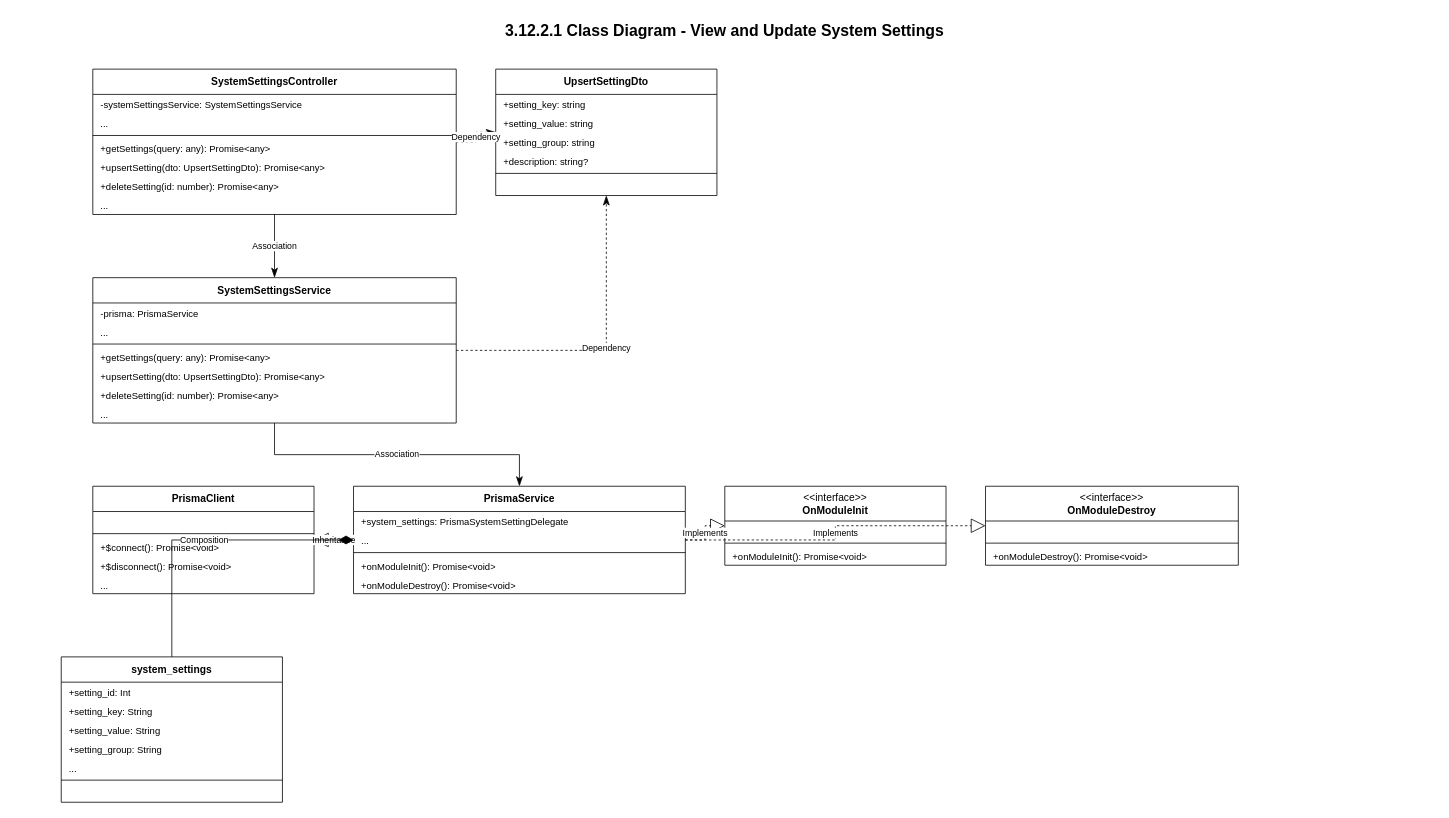
Before: page "View & Update System Settings" (2 of 2) of system_settings_all_class_diagrams.drawio in CuongBC195/class-diagram-donation-blood, a draw.io diagram. Source tidied: cells renumbered, new cells numbered last; positions are measured from the earlier drawing's top-left corner, leaving out a move shared by most shapes. Both pictures are drawn from the tidied source at 79%, with x=0, y=0 at pixel (13, 13).
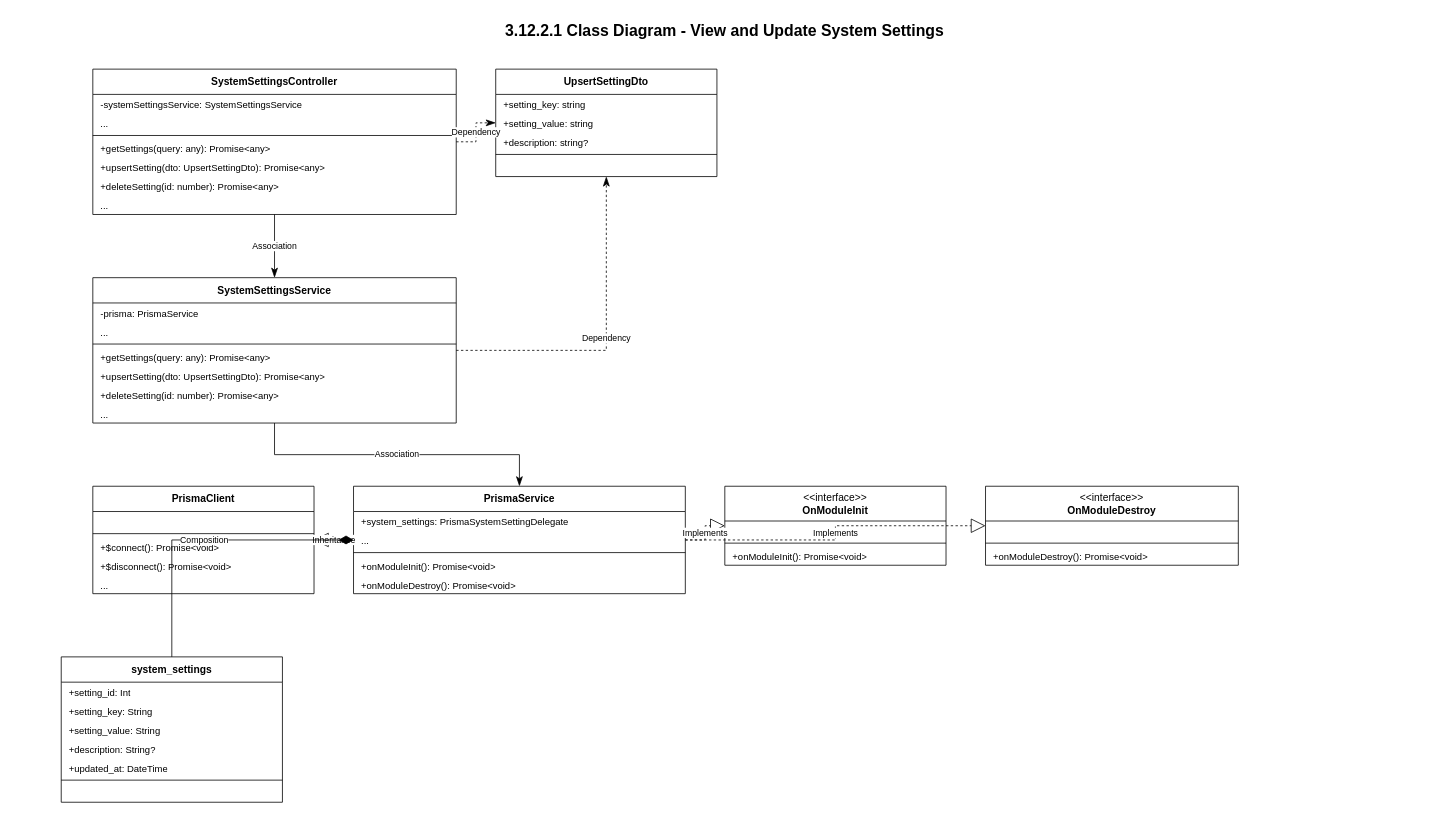
The same diagram, later.

The change refers to these unchanged cells:
```xml
<mxCell id="46" value="&lt;b&gt;system_settings&lt;/b&gt;" style="swimlane;fontStyle=0;horizontal=1;startSize=32;whiteSpace=wrap;html=1;fillColor=#ffffff;strokeColor=#000000;swimlaneFillColor=#ffffff;fontColor=#000000;fontFamily=Arial;fontSize=13;" parent="1" vertex="1">
  <mxGeometry x="60" y="814" width="280" height="184" as="geometry" />
</mxCell>
```

Diff of the diagram source:
```diff
@@
     <mxCell id="11" value="&lt;b&gt;UpsertSettingDto&lt;/b&gt;" style="swimlane;fontStyle=0;horizontal=1;startSize=32;whiteSpace=wrap;html=1;fillColor=#ffffff;strokeColor=#000000;swimlaneFillColor=#ffffff;fontColor=#000000;fontFamily=Arial;fontSize=13;" parent="1" vertex="1">
-      <mxGeometry x="610" y="70" width="280" height="160" as="geometry" />
+      <mxGeometry x="610" y="70" width="280" height="136" as="geometry" />
     </mxCell>
@@
-    <mxCell id="14" value="+setting_group: string" style="text;strokeColor=none;fillColor=none;align=left;verticalAlign=top;spacingLeft=8;spacingRight=8;overflow=hidden;whiteSpace=wrap;html=1;fontFamily=Arial;fontSize=12;fontColor=#000000;" parent="11" vertex="1">
+    <mxCell id="14" value="+description: string?" style="text;strokeColor=none;fillColor=none;align=left;verticalAlign=top;spacingLeft=8;spacingRight=8;overflow=hidden;whiteSpace=wrap;html=1;fontFamily=Arial;fontSize=12;fontColor=#000000;" parent="11" vertex="1">
       <mxGeometry y="80" width="280" height="24" as="geometry" />
     </mxCell>
-    <mxCell id="15" value="+description: string?" style="text;strokeColor=none;fillColor=none;align=left;verticalAlign=top;spacingLeft=8;spacingRight=8;overflow=hidden;whiteSpace=wrap;html=1;fontFamily=Arial;fontSize=12;fontColor=#000000;" parent="11" vertex="1">
-      <mxGeometry y="104" width="280" height="24" as="geometry" />
-    </mxCell>
     <mxCell id="16" style="line;strokeWidth=1;fillColor=none;strokeColor=#000000;align=left;verticalAlign=middle;" parent="11" vertex="1">
-      <mxGeometry y="128" width="280" height="8" as="geometry" />
+      <mxGeometry y="104" width="280" height="8" as="geometry" />
     </mxCell>
     <mxCell id="17" value=" " style="text;strokeColor=none;fillColor=none;align=left;verticalAlign=top;spacingLeft=8;spacingRight=8;overflow=hidden;whiteSpace=wrap;html=1;fontFamily=Arial;fontSize=12;fontColor=#000000;" parent="11" vertex="1">
-      <mxGeometry y="136" width="280" height="24" as="geometry" />
+      <mxGeometry y="112" width="280" height="24" as="geometry" />
     </mxCell>
@@
-    <mxCell id="50" value="+setting_group: String" style="text;strokeColor=none;fillColor=none;align=left;verticalAlign=top;spacingLeft=8;spacingRight=8;overflow=hidden;whiteSpace=wrap;html=1;fontFamily=Arial;fontSize=12;fontColor=#000000;" parent="46" vertex="1">
+    <mxCell id="50" value="+description: String?" style="text;strokeColor=none;fillColor=none;align=left;verticalAlign=top;spacingLeft=8;spacingRight=8;overflow=hidden;whiteSpace=wrap;html=1;fontFamily=Arial;fontSize=12;fontColor=#000000;" parent="46" vertex="1">
       <mxGeometry y="104" width="280" height="24" as="geometry" />
     </mxCell>
-    <mxCell id="51" value="..." style="text;strokeColor=none;fillColor=none;align=left;verticalAlign=top;spacingLeft=8;spacingRight=8;overflow=hidden;whiteSpace=wrap;html=1;fontFamily=Arial;fontSize=12;fontColor=#000000;" parent="46" vertex="1">
+    <mxCell id="51" value="+updated_at: DateTime" style="text;strokeColor=none;fillColor=none;align=left;verticalAlign=top;spacingLeft=8;spacingRight=8;overflow=hidden;whiteSpace=wrap;html=1;fontFamily=Arial;fontSize=12;fontColor=#000000;" parent="46" vertex="1">
       <mxGeometry y="128" width="280" height="24" as="geometry" />
     </mxCell>
```
